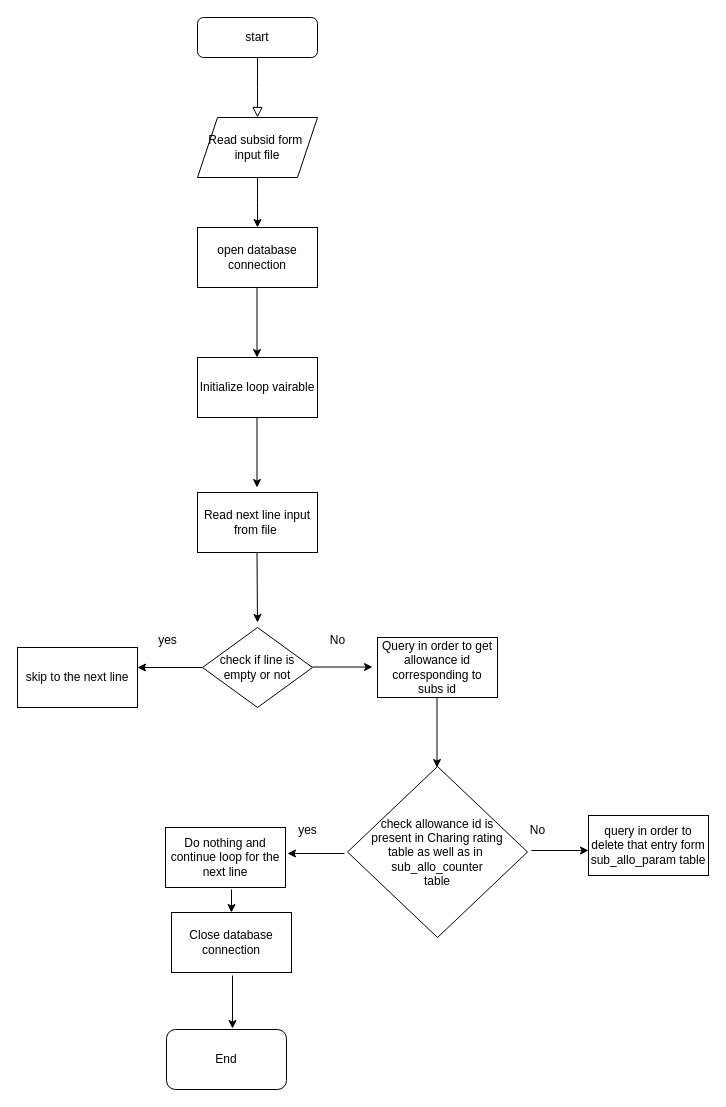
Above: Untitled Diagram.drawio in amit-jha99/cv (draw.io), before the change. Source tidied: cells renumbered, new cells numbered last; positions are measured from the earlier drawing's top-left corner, leaving out a move shared by most shapes. Both pictures are drawn from the tidied source at 100%, with x=0, y=0 at pixel (17, 17).
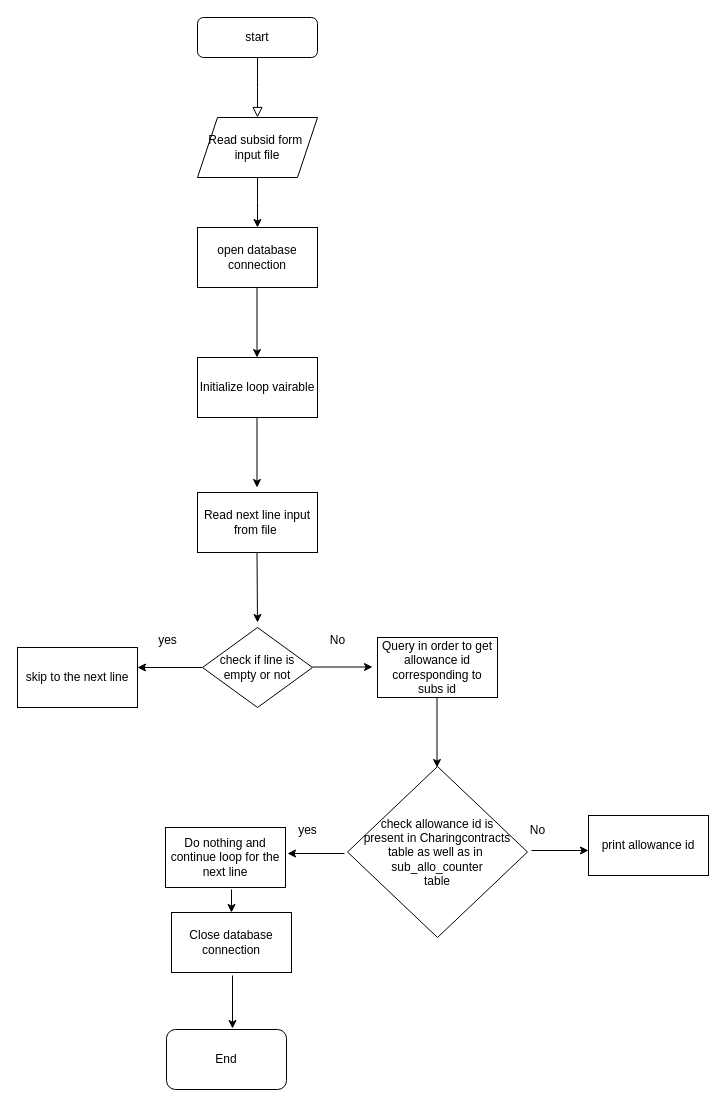
After the change.

Diff of the diagram source:
```diff
@@
-    <mxCell id="20" value="check allowance id is&lt;div&gt;present in Charing rating&lt;/div&gt;&lt;div&gt;table as well as in&amp;nbsp;&lt;/div&gt;&lt;div&gt;sub_allo_counter&lt;/div&gt;&lt;div&gt;table&lt;/div&gt;" style="rhombus;whiteSpace=wrap;html=1;" parent="1" vertex="1">
+    <mxCell id="20" value="check allowance id is&lt;div&gt;present in Charingcontracts&lt;/div&gt;&lt;div&gt;table as well as in&amp;nbsp;&lt;/div&gt;&lt;div&gt;sub_allo_counter&lt;/div&gt;&lt;div&gt;table&lt;/div&gt;" style="rhombus;whiteSpace=wrap;html=1;" parent="1" vertex="1">
       <mxGeometry x="330" y="749" width="180" height="171" as="geometry" />
     </mxCell>
@@
-    <mxCell id="24" value="query in order to delete that entry form sub_allo_param table" style="rounded=0;whiteSpace=wrap;html=1;" parent="1" vertex="1">
+    <mxCell id="24" value="print allowance id" style="rounded=0;whiteSpace=wrap;html=1;" parent="1" vertex="1">
       <mxGeometry x="571" y="798" width="120" height="60" as="geometry" />
     </mxCell>
```
